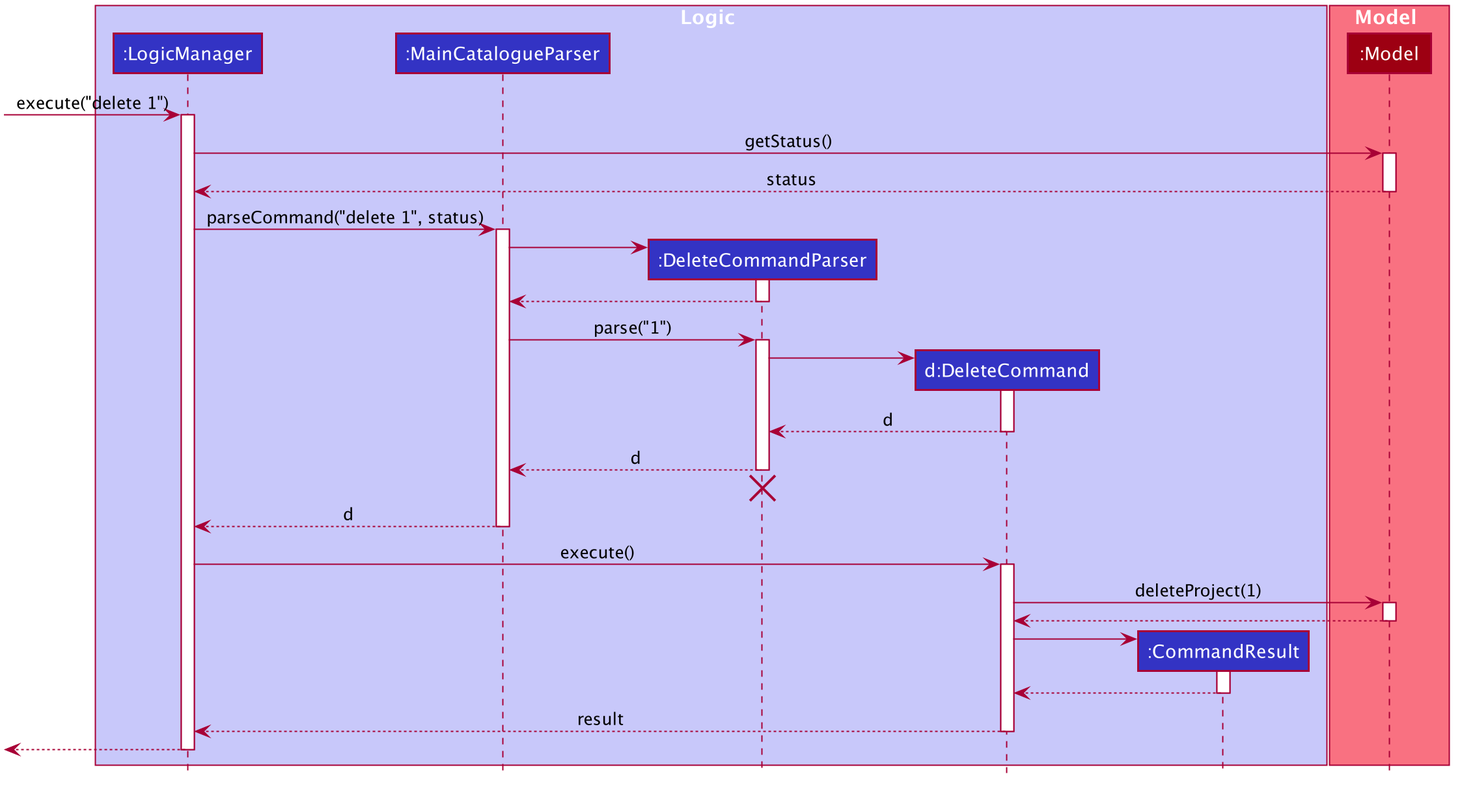
nus-cs2103-AY2021S1/tp keeps this PlantUML diagram as docs/images/DeleteSequenceDiagram.png. Above is the earlier version.
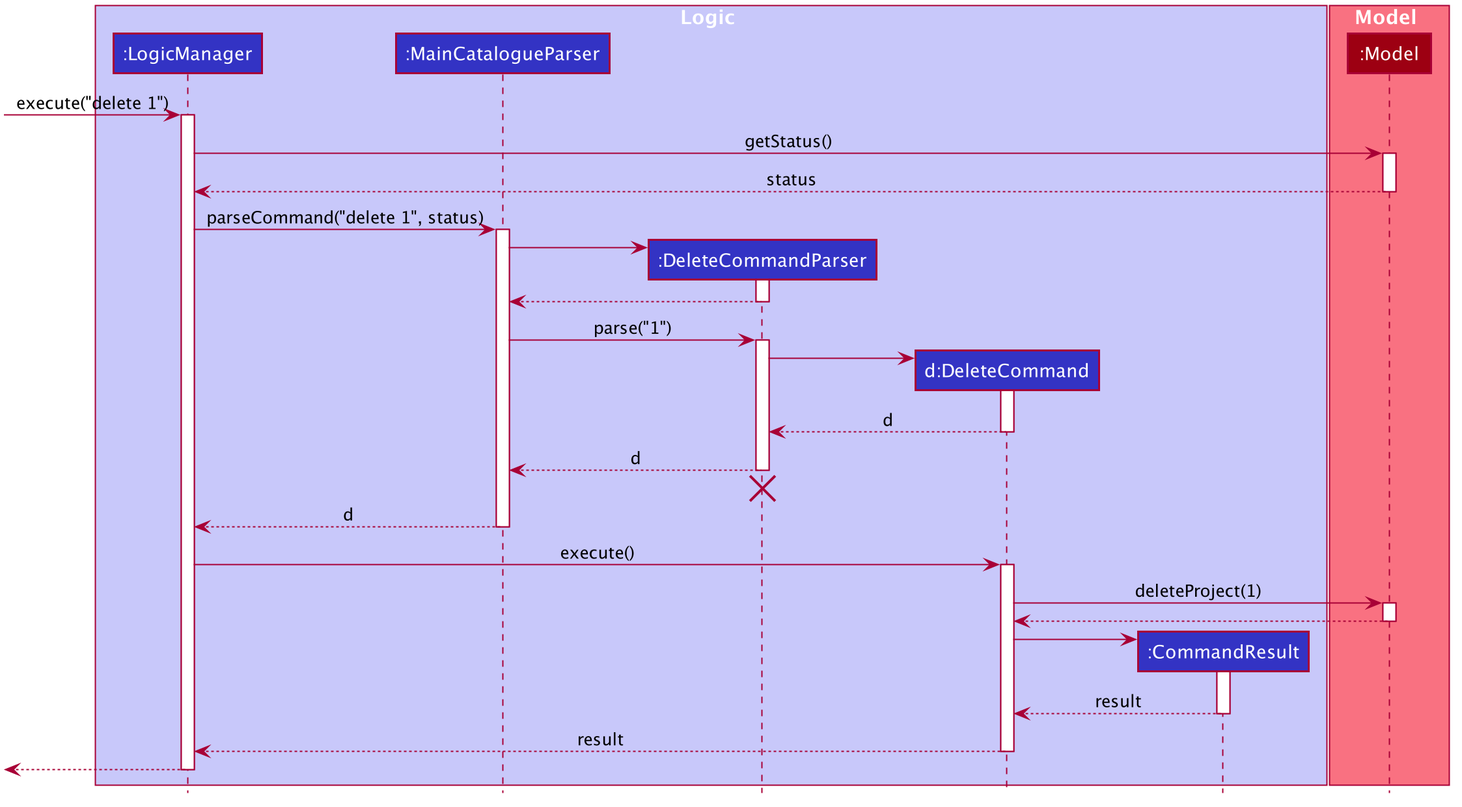
The same file after the commit.

Commit message:
Update sequence diagram of filtering feature in DG

Change to the diagram source:
```diff
@@ -110,7 +110,7 @@
 DeleteCommand -> CommandResult
 activate CommandResult
 
-CommandResult --> DeleteCommand
+CommandResult --> DeleteCommand : result
 deactivate CommandResult
 
 DeleteCommand --> LogicManager : result
```
